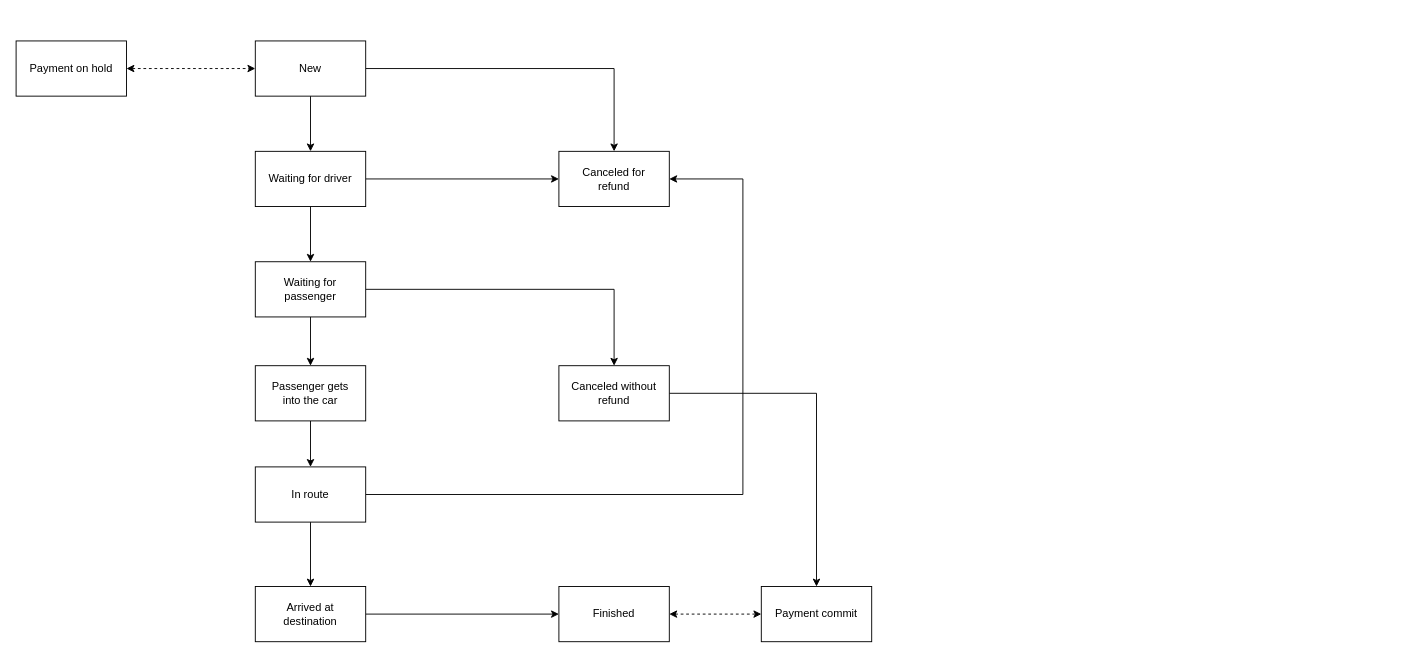
Earlier version of the draw.io diagram architecture/diagrams/use-cases/ride-states.drawio (RideXpress/docs). Source tidied: cells renumbered, new cells numbered last; positions are measured from the earlier drawing's top-left corner, leaving out a move shared by most shapes. Both pictures are drawn from the tidied source at 92%, with x=0, y=0 at pixel (16, 40).
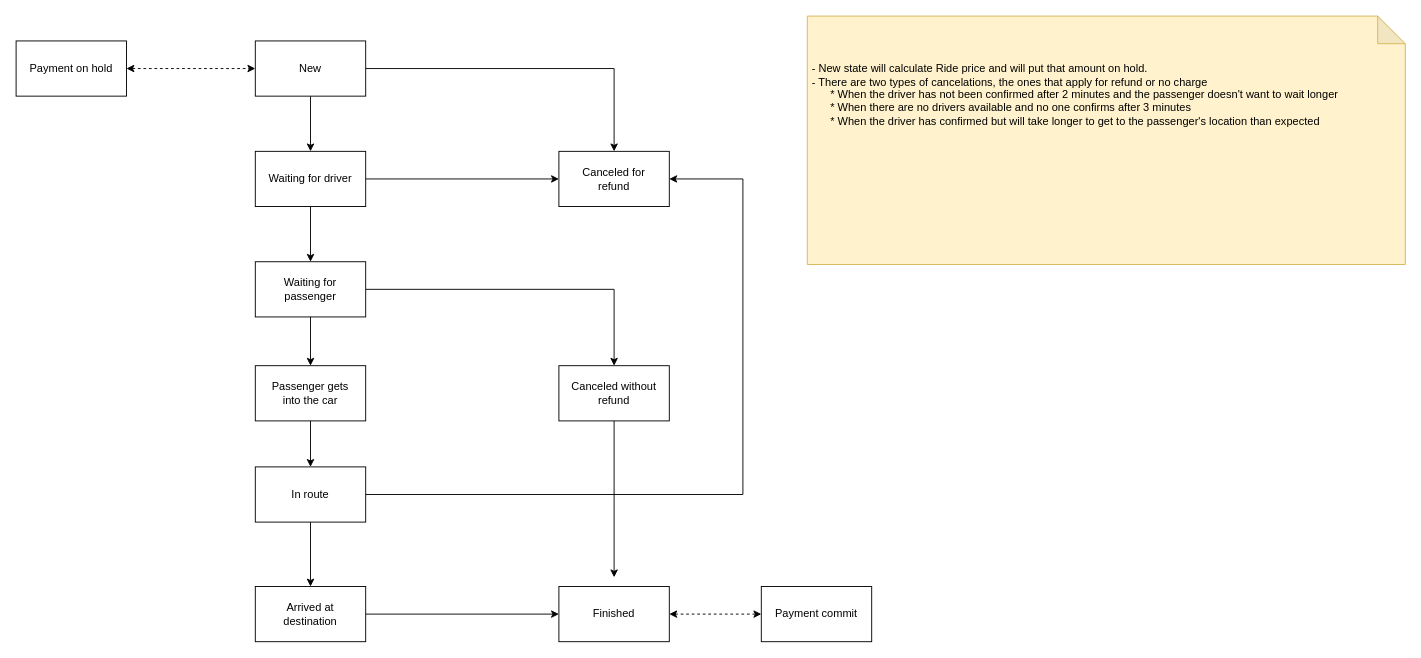
The same diagram, later.

The change refers to these unchanged cells:
```xml
<mxCell id="23" value="Payment commit" style="rounded=0;whiteSpace=wrap;html=1;" parent="1" vertex="1">
  <mxGeometry x="810" y="593" width="120" height="60" as="geometry" />
</mxCell>
<mxCell id="25" value="Canceled without&lt;br&gt;refund" style="rounded=0;whiteSpace=wrap;html=1;" parent="1" vertex="1">
  <mxGeometry x="590" y="353" width="120" height="60" as="geometry" />
</mxCell>
```

Diff of the diagram source:
```diff
@@
-    <mxCell id="24" style="edgeStyle=orthogonalEdgeStyle;rounded=0;jettySize=auto;html=1;entryX=0.5;entryY=0;entryDx=0;entryDy=0;" parent="1" edge="1" source="25" target="23">
-      <mxGeometry relative="1" as="geometry" />
+    <mxCell id="24" style="edgeStyle=orthogonalEdgeStyle;rounded=0;jettySize=auto;html=1;" parent="1" edge="1" source="25">
+      <mxGeometry relative="1" as="geometry">
+        <mxPoint x="650" y="583" as="targetPoint" />
+      </mxGeometry>
     </mxCell>
@@
+    <mxCell id="26" value="&lt;br&gt;&lt;br&gt;&lt;br&gt;&amp;nbsp;- New state will calculate Ride price and will put that amount on hold.&lt;br&gt;&amp;nbsp;- There are two types of cancelations, the ones that apply for refund or no charge&lt;br&gt;&amp;nbsp; &amp;nbsp; &amp;nbsp; &amp;nbsp;* When the driver has not been confirmed after 2 minutes and the passenger doesn't want to wait longer&lt;br&gt;&amp;nbsp; &amp;nbsp; &amp;nbsp; &amp;nbsp;* When there are no drivers available and no one confirms after 3 minutes&lt;br&gt;&amp;nbsp; &amp;nbsp; &amp;nbsp; &amp;nbsp;* When the driver has confirmed but will take longer to get to the passenger's location than expected" style="shape=note;whiteSpace=wrap;html=1;backgroundOutline=1;darkOpacity=0.05;fillColor=#fff2cc;strokeColor=#d6b656;align=left;perimeterSpacing=10;spacingTop=0;verticalAlign=top;" parent="1" vertex="1">
+      <mxGeometry x="860" y="-27" width="650" height="270" as="geometry" />
+    </mxCell>
```
